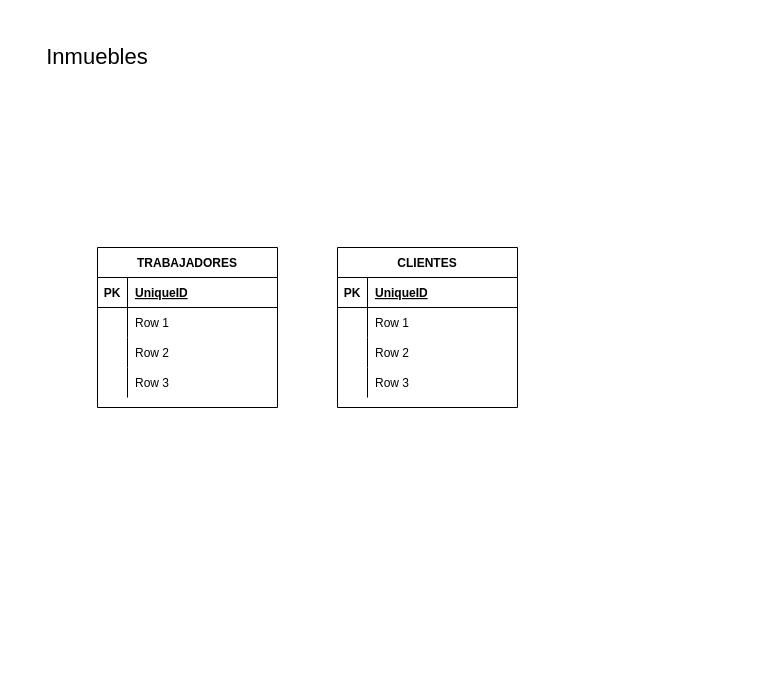
IzanDuesoLopez/TA12-Diagramas-ER keeps this draw.io diagram as page "Inmuebles" (15 of 15) of Ejercicio3.drawio.xml. Above is the earlier version. Source tidied: cells renumbered, new cells numbered last; positions are measured from the earlier drawing's top-left corner, leaving out a move shared by most shapes. Both pictures are drawn from the tidied source at 100%, with x=0, y=0 at pixel (17, 17).
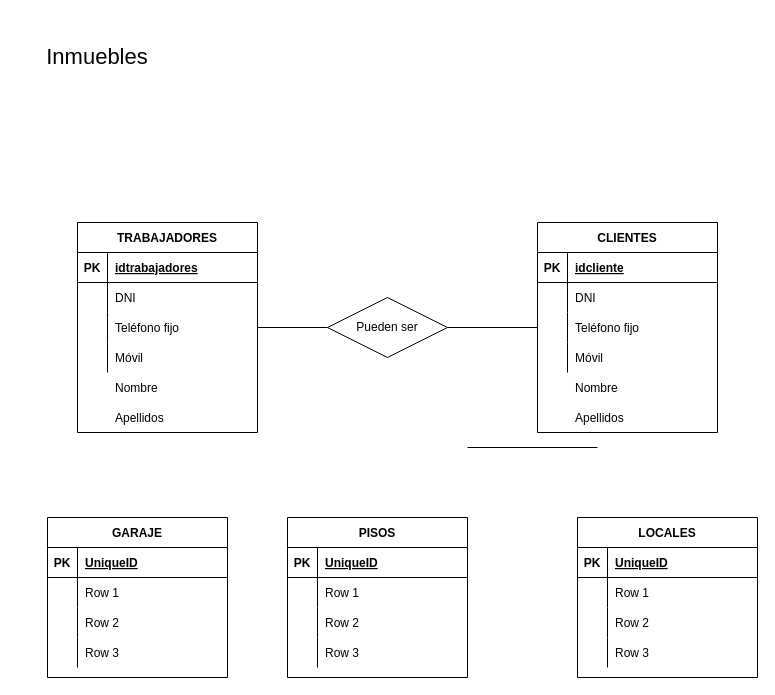
The same diagram, later.

Unchanged cells that the change refers to:
```xml
<mxCell id="17" style="shape=tableRow;horizontal=0;startSize=0;swimlaneHead=0;swimlaneBody=0;fillColor=none;top=0;left=0;right=0;bottom=1;" parent="16" vertex="1">
  <mxGeometry y="30" width="180" height="30" as="geometry" />
</mxCell>
<mxCell id="20" style="shape=tableRow;horizontal=0;startSize=0;swimlaneHead=0;swimlaneBody=0;fillColor=none;top=0;left=0;right=0;bottom=0;" parent="16" vertex="1">
  <mxGeometry y="60" width="180" height="30" as="geometry" />
</mxCell>
<mxCell id="23" style="shape=tableRow;horizontal=0;startSize=0;swimlaneHead=0;swimlaneBody=0;fillColor=none;points=[[0,0.5],[1,0.5]];portConstraint=eastwest;top=0;left=0;right=0;bottom=0;" parent="16" vertex="1">
  <mxGeometry y="90" width="180" height="30" as="geometry" />
</mxCell>
<mxCell id="26" style="shape=tableRow;horizontal=0;startSize=0;swimlaneHead=0;swimlaneBody=0;fillColor=none;top=0;left=0;right=0;bottom=0;" parent="16" vertex="1">
  <mxGeometry y="120" width="180" height="30" as="geometry" />
</mxCell>
```

Diff of the diagram source:
```diff
@@
-    <mxCell id="3" value="CLIENTES" style="shape=table;startSize=30;childLayout=tableLayout;rowLines=0;fontStyle=1;align=center;" parent="1" vertex="1">
-      <mxGeometry x="320" y="230" width="180" height="160" as="geometry" />
-    </mxCell>
-    <mxCell id="4" style="shape=tableRow;horizontal=0;startSize=0;swimlaneHead=0;swimlaneBody=0;fillColor=none;top=0;left=0;right=0;bottom=1;" parent="3" vertex="1">
-      <mxGeometry y="30" width="180" height="30" as="geometry" />
-    </mxCell>
-    <mxCell id="5" value="PK" style="shape=partialRectangle;fillColor=none;top=0;left=0;bottom=0;right=0;fontStyle=1;overflow=hidden;" parent="4" vertex="1">
-      <mxGeometry width="30" height="30" as="geometry" />
-    </mxCell>
-    <mxCell id="6" value="UniqueID" style="shape=partialRectangle;fillColor=none;top=0;left=0;bottom=0;right=0;align=left;spacingLeft=6;fontStyle=5;overflow=hidden;" parent="4" vertex="1">
-      <mxGeometry x="30" width="150" height="30" as="geometry" />
-    </mxCell>
-    <mxCell id="7" style="shape=tableRow;horizontal=0;startSize=0;swimlaneHead=0;swimlaneBody=0;fillColor=none;top=0;left=0;right=0;bottom=0;" parent="3" vertex="1">
-      <mxGeometry y="60" width="180" height="30" as="geometry" />
-    </mxCell>
-    <mxCell id="8" style="shape=partialRectangle;fillColor=none;top=0;left=0;bottom=0;right=0;overflow=hidden;" parent="7" vertex="1">
-      <mxGeometry width="30" height="30" as="geometry" />
-    </mxCell>
-    <mxCell id="9" value="Row 1" style="shape=partialRectangle;fillColor=none;top=0;left=0;bottom=0;right=0;align=left;spacingLeft=6;overflow=hidden;" parent="7" vertex="1">
-      <mxGeometry x="30" width="150" height="30" as="geometry" />
-    </mxCell>
-    <mxCell id="10" style="shape=tableRow;horizontal=0;startSize=0;swimlaneHead=0;swimlaneBody=0;fillColor=none;top=0;left=0;right=0;bottom=0;" parent="3" vertex="1">
-      <mxGeometry y="90" width="180" height="30" as="geometry" />
-    </mxCell>
-    <mxCell id="11" style="shape=partialRectangle;fillColor=none;top=0;left=0;bottom=0;right=0;overflow=hidden;" parent="10" vertex="1">
-      <mxGeometry width="30" height="30" as="geometry" />
-    </mxCell>
-    <mxCell id="12" value="Row 2" style="shape=partialRectangle;fillColor=none;top=0;left=0;bottom=0;right=0;align=left;spacingLeft=6;overflow=hidden;" parent="10" vertex="1">
-      <mxGeometry x="30" width="150" height="30" as="geometry" />
-    </mxCell>
-    <mxCell id="13" style="shape=tableRow;horizontal=0;startSize=0;swimlaneHead=0;swimlaneBody=0;fillColor=none;top=0;left=0;right=0;bottom=0;" parent="3" vertex="1">
-      <mxGeometry y="120" width="180" height="30" as="geometry" />
-    </mxCell>
-    <mxCell id="14" style="shape=partialRectangle;fillColor=none;top=0;left=0;bottom=0;right=0;overflow=hidden;" parent="13" vertex="1">
-      <mxGeometry width="30" height="30" as="geometry" />
-    </mxCell>
-    <mxCell id="15" value="Row 3" style="shape=partialRectangle;fillColor=none;top=0;left=0;bottom=0;right=0;align=left;spacingLeft=6;overflow=hidden;" parent="13" vertex="1">
-      <mxGeometry x="30" width="150" height="30" as="geometry" />
-    </mxCell>
     <mxCell id="16" value="TRABAJADORES" style="shape=table;startSize=30;childLayout=tableLayout;rowLines=0;fontStyle=1;align=center;" parent="1" vertex="1">
-      <mxGeometry x="80" y="230" width="180" height="160" as="geometry" />
+      <mxGeometry x="60" y="205" width="180" height="210" as="geometry" />
     </mxCell>
@@
-    <mxCell id="19" value="UniqueID" style="shape=partialRectangle;fillColor=none;top=0;left=0;bottom=0;right=0;align=left;spacingLeft=6;fontStyle=5;overflow=hidden;" parent="17" vertex="1">
+    <mxCell id="19" value="idtrabajadores" style="shape=partialRectangle;fillColor=none;top=0;left=0;bottom=0;right=0;align=left;spacingLeft=6;fontStyle=5;overflow=hidden;" parent="17" vertex="1">
       <mxGeometry x="30" width="150" height="30" as="geometry" />
     </mxCell>
@@
-    <mxCell id="22" value="Row 1" style="shape=partialRectangle;fillColor=none;top=0;left=0;bottom=0;right=0;align=left;spacingLeft=6;overflow=hidden;" parent="20" vertex="1">
+    <mxCell id="22" value="DNI" style="shape=partialRectangle;fillColor=none;top=0;left=0;bottom=0;right=0;align=left;spacingLeft=6;overflow=hidden;" parent="20" vertex="1">
       <mxGeometry x="30" width="150" height="30" as="geometry" />
     </mxCell>
@@
-    <mxCell id="25" value="Row 2" style="shape=partialRectangle;fillColor=none;top=0;left=0;bottom=0;right=0;align=left;spacingLeft=6;overflow=hidden;" parent="23" vertex="1">
+    <mxCell id="25" value="Teléfono fijo" style="shape=partialRectangle;fillColor=none;top=0;left=0;bottom=0;right=0;align=left;spacingLeft=6;overflow=hidden;" parent="23" vertex="1">
       <mxGeometry x="30" width="150" height="30" as="geometry" />
     </mxCell>
@@
-    <mxCell id="28" value="Row 3" style="shape=partialRectangle;fillColor=none;top=0;left=0;bottom=0;right=0;align=left;spacingLeft=6;overflow=hidden;" parent="26" vertex="1">
+    <mxCell id="28" value="Móvil" style="shape=partialRectangle;fillColor=none;top=0;left=0;bottom=0;right=0;align=left;spacingLeft=6;overflow=hidden;" parent="26" vertex="1">
       <mxGeometry x="30" width="150" height="30" as="geometry" />
     </mxCell>
+    <mxCell id="29" style="shape=tableRow;horizontal=0;startSize=0;swimlaneHead=0;swimlaneBody=0;fillColor=none;top=0;left=0;right=0;bottom=0;" parent="1" vertex="1">
+      <mxGeometry x="60" y="355" width="180" height="30" as="geometry" />
+    </mxCell>
+    <mxCell id="30" style="shape=partialRectangle;fillColor=none;top=0;left=0;bottom=0;right=0;overflow=hidden;" parent="29" vertex="1">
+      <mxGeometry width="30" height="30" as="geometry" />
+    </mxCell>
+    <mxCell id="31" value="Nombre " style="shape=partialRectangle;fillColor=none;top=0;left=0;bottom=0;right=0;align=left;spacingLeft=6;overflow=hidden;" parent="29" vertex="1">
+      <mxGeometry x="30" width="150" height="30" as="geometry" />
+    </mxCell>
+    <mxCell id="32" value="Apellidos" style="shape=partialRectangle;fillColor=none;top=0;left=0;bottom=0;right=0;align=left;spacingLeft=6;overflow=hidden;" parent="1" vertex="1">
+      <mxGeometry x="90" y="385" width="150" height="30" as="geometry" />
+    </mxCell>
+    <mxCell id="3" value="CLIENTES" style="shape=table;startSize=30;childLayout=tableLayout;rowLines=0;fontStyle=1;align=center;" parent="1" vertex="1">
+      <mxGeometry x="520" y="205" width="180" height="210" as="geometry" />
+    </mxCell>
+    <mxCell id="33" style="shape=tableRow;horizontal=0;startSize=0;swimlaneHead=0;swimlaneBody=0;fillColor=none;top=0;left=0;right=0;bottom=1;" parent="3" vertex="1">
+      <mxGeometry y="30" width="180" height="30" as="geometry" />
+    </mxCell>
+    <mxCell id="34" value="PK" style="shape=partialRectangle;fillColor=none;top=0;left=0;bottom=0;right=0;fontStyle=1;overflow=hidden;" parent="33" vertex="1">
+      <mxGeometry width="30" height="30" as="geometry" />
+    </mxCell>
+    <mxCell id="35" value="idcliente" style="shape=partialRectangle;fillColor=none;top=0;left=0;bottom=0;right=0;align=left;spacingLeft=6;fontStyle=5;overflow=hidden;" parent="33" vertex="1">
+      <mxGeometry x="30" width="150" height="30" as="geometry" />
+    </mxCell>
+    <mxCell id="36" style="shape=tableRow;horizontal=0;startSize=0;swimlaneHead=0;swimlaneBody=0;fillColor=none;top=0;left=0;right=0;bottom=0;" parent="3" vertex="1">
+      <mxGeometry y="60" width="180" height="30" as="geometry" />
+    </mxCell>
+    <mxCell id="37" style="shape=partialRectangle;fillColor=none;top=0;left=0;bottom=0;right=0;overflow=hidden;" parent="36" vertex="1">
+      <mxGeometry width="30" height="30" as="geometry" />
+    </mxCell>
+    <mxCell id="38" value="DNI" style="shape=partialRectangle;fillColor=none;top=0;left=0;bottom=0;right=0;align=left;spacingLeft=6;overflow=hidden;" parent="36" vertex="1">
+      <mxGeometry x="30" width="150" height="30" as="geometry" />
+    </mxCell>
+    <mxCell id="39" style="shape=tableRow;horizontal=0;startSize=0;swimlaneHead=0;swimlaneBody=0;fillColor=none;points=[[0,0.5],[1,0.5]];portConstraint=eastwest;top=0;left=0;right=0;bottom=0;" parent="3" vertex="1">
+      <mxGeometry y="90" width="180" height="30" as="geometry" />
+    </mxCell>
+    <mxCell id="40" style="shape=partialRectangle;fillColor=none;top=0;left=0;bottom=0;right=0;overflow=hidden;" parent="39" vertex="1">
+      <mxGeometry width="30" height="30" as="geometry" />
+    </mxCell>
+    <mxCell id="41" value="Teléfono fijo" style="shape=partialRectangle;fillColor=none;top=0;left=0;bottom=0;right=0;align=left;spacingLeft=6;overflow=hidden;" parent="39" vertex="1">
+      <mxGeometry x="30" width="150" height="30" as="geometry" />
+    </mxCell>
+    <mxCell id="42" style="shape=tableRow;horizontal=0;startSize=0;swimlaneHead=0;swimlaneBody=0;fillColor=none;top=0;left=0;right=0;bottom=0;" parent="3" vertex="1">
+      <mxGeometry y="120" width="180" height="30" as="geometry" />
+    </mxCell>
+    <mxCell id="43" style="shape=partialRectangle;fillColor=none;top=0;left=0;bottom=0;right=0;overflow=hidden;" parent="42" vertex="1">
+      <mxGeometry width="30" height="30" as="geometry" />
+    </mxCell>
+    <mxCell id="44" value="Móvil" style="shape=partialRectangle;fillColor=none;top=0;left=0;bottom=0;right=0;align=left;spacingLeft=6;overflow=hidden;" parent="42" vertex="1">
+      <mxGeometry x="30" width="150" height="30" as="geometry" />
+    </mxCell>
+    <mxCell id="45" value="Nombre " style="shape=partialRectangle;fillColor=none;top=0;left=0;bottom=0;right=0;align=left;spacingLeft=6;overflow=hidden;" parent="1" vertex="1">
+      <mxGeometry x="550" y="355" width="150" height="30" as="geometry" />
+    </mxCell>
+    <mxCell id="46" value="Apellidos" style="shape=partialRectangle;fillColor=none;top=0;left=0;bottom=0;right=0;align=left;spacingLeft=6;overflow=hidden;" parent="1" vertex="1">
+      <mxGeometry x="550" y="385" width="150" height="30" as="geometry" />
+    </mxCell>
+    <mxCell id="47" value="Pueden ser" style="shape=rhombus;perimeter=rhombusPerimeter;whiteSpace=wrap;html=1;align=center;" parent="1" vertex="1">
+      <mxGeometry x="310" y="280" width="120" height="60" as="geometry" />
+    </mxCell>
+    <mxCell id="48" style="endArrow=none;html=1;rounded=0;entryX=0;entryY=0.5;entryDx=0;entryDy=0;exitX=1;exitY=0.5;exitDx=0;exitDy=0;" parent="1" edge="1" source="47" target="39">
+      <mxGeometry relative="1" as="geometry" />
+    </mxCell>
+    <mxCell id="49" style="endArrow=none;html=1;rounded=0;exitX=1;exitY=0.5;exitDx=0;exitDy=0;" parent="1" edge="1" source="23">
+      <mxGeometry relative="1" as="geometry">
+        <mxPoint x="310" y="310" as="targetPoint" />
+      </mxGeometry>
+    </mxCell>
+    <mxCell id="50" value="PISOS" style="shape=table;startSize=30;childLayout=tableLayout;rowLines=0;fontStyle=1;align=center;" parent="1" vertex="1">
+      <mxGeometry x="270" y="500" width="180" height="160" as="geometry" />
+    </mxCell>
+    <mxCell id="51" style="shape=tableRow;horizontal=0;startSize=0;swimlaneHead=0;swimlaneBody=0;fillColor=none;top=0;left=0;right=0;bottom=1;" parent="50" vertex="1">
+      <mxGeometry y="30" width="180" height="30" as="geometry" />
+    </mxCell>
+    <mxCell id="52" value="PK" style="shape=partialRectangle;fillColor=none;top=0;left=0;bottom=0;right=0;fontStyle=1;overflow=hidden;" parent="51" vertex="1">
+      <mxGeometry width="30" height="30" as="geometry" />
+    </mxCell>
+    <mxCell id="53" value="UniqueID" style="shape=partialRectangle;fillColor=none;top=0;left=0;bottom=0;right=0;align=left;spacingLeft=6;fontStyle=5;overflow=hidden;" parent="51" vertex="1">
+      <mxGeometry x="30" width="150" height="30" as="geometry" />
+    </mxCell>
+    <mxCell id="54" style="shape=tableRow;horizontal=0;startSize=0;swimlaneHead=0;swimlaneBody=0;fillColor=none;top=0;left=0;right=0;bottom=0;" parent="50" vertex="1">
+      <mxGeometry y="60" width="180" height="30" as="geometry" />
+    </mxCell>
+    <mxCell id="55" style="shape=partialRectangle;fillColor=none;top=0;left=0;bottom=0;right=0;overflow=hidden;" parent="54" vertex="1">
+      <mxGeometry width="30" height="30" as="geometry" />
+    </mxCell>
+    <mxCell id="56" value="Row 1" style="shape=partialRectangle;fillColor=none;top=0;left=0;bottom=0;right=0;align=left;spacingLeft=6;overflow=hidden;" parent="54" vertex="1">
+      <mxGeometry x="30" width="150" height="30" as="geometry" />
+    </mxCell>
+    <mxCell id="57" style="shape=tableRow;horizontal=0;startSize=0;swimlaneHead=0;swimlaneBody=0;fillColor=none;top=0;left=0;right=0;bottom=0;" parent="50" vertex="1">
+      <mxGeometry y="90" width="180" height="30" as="geometry" />
+    </mxCell>
+    <mxCell id="58" style="shape=partialRectangle;fillColor=none;top=0;left=0;bottom=0;right=0;overflow=hidden;" parent="57" vertex="1">
+      <mxGeometry width="30" height="30" as="geometry" />
+    </mxCell>
+    <mxCell id="59" value="Row 2" style="shape=partialRectangle;fillColor=none;top=0;left=0;bottom=0;right=0;align=left;spacingLeft=6;overflow=hidden;" parent="57" vertex="1">
+      <mxGeometry x="30" width="150" height="30" as="geometry" />
+    </mxCell>
+    <mxCell id="60" style="shape=tableRow;horizontal=0;startSize=0;swimlaneHead=0;swimlaneBody=0;fillColor=none;top=0;left=0;right=0;bottom=0;" parent="50" vertex="1">
+      <mxGeometry y="120" width="180" height="30" as="geometry" />
+    </mxCell>
+    <mxCell id="61" style="shape=partialRectangle;fillColor=none;top=0;left=0;bottom=0;right=0;overflow=hidden;" parent="60" vertex="1">
+      <mxGeometry width="30" height="30" as="geometry" />
+    </mxCell>
+    <mxCell id="62" value="Row 3" style="shape=partialRectangle;fillColor=none;top=0;left=0;bottom=0;right=0;align=left;spacingLeft=6;overflow=hidden;" parent="60" vertex="1">
+      <mxGeometry x="30" width="150" height="30" as="geometry" />
+    </mxCell>
+    <mxCell id="63" value="LOCALES" style="shape=table;startSize=30;childLayout=tableLayout;rowLines=0;fontStyle=1;align=center;" parent="1" vertex="1">
+      <mxGeometry x="560" y="500" width="180" height="160" as="geometry" />
+    </mxCell>
+    <mxCell id="64" style="shape=tableRow;horizontal=0;startSize=0;swimlaneHead=0;swimlaneBody=0;fillColor=none;top=0;left=0;right=0;bottom=1;" parent="63" vertex="1">
+      <mxGeometry y="30" width="180" height="30" as="geometry" />
+    </mxCell>
+    <mxCell id="65" value="PK" style="shape=partialRectangle;fillColor=none;top=0;left=0;bottom=0;right=0;fontStyle=1;overflow=hidden;" parent="64" vertex="1">
+      <mxGeometry width="30" height="30" as="geometry" />
+    </mxCell>
+    <mxCell id="66" value="UniqueID" style="shape=partialRectangle;fillColor=none;top=0;left=0;bottom=0;right=0;align=left;spacingLeft=6;fontStyle=5;overflow=hidden;" parent="64" vertex="1">
+      <mxGeometry x="30" width="150" height="30" as="geometry" />
+    </mxCell>
+    <mxCell id="67" style="shape=tableRow;horizontal=0;startSize=0;swimlaneHead=0;swimlaneBody=0;fillColor=none;top=0;left=0;right=0;bottom=0;" parent="63" vertex="1">
+      <mxGeometry y="60" width="180" height="30" as="geometry" />
+    </mxCell>
+    <mxCell id="68" style="shape=partialRectangle;fillColor=none;top=0;left=0;bottom=0;right=0;overflow=hidden;" parent="67" vertex="1">
+      <mxGeometry width="30" height="30" as="geometry" />
+    </mxCell>
+    <mxCell id="69" value="Row 1" style="shape=partialRectangle;fillColor=none;top=0;left=0;bottom=0;right=0;align=left;spacingLeft=6;overflow=hidden;" parent="67" vertex="1">
+      <mxGeometry x="30" width="150" height="30" as="geometry" />
+    </mxCell>
+    <mxCell id="70" style="shape=tableRow;horizontal=0;startSize=0;swimlaneHead=0;swimlaneBody=0;fillColor=none;top=0;left=0;right=0;bottom=0;" parent="63" vertex="1">
+      <mxGeometry y="90" width="180" height="30" as="geometry" />
+    </mxCell>
+    <mxCell id="71" style="shape=partialRectangle;fillColor=none;top=0;left=0;bottom=0;right=0;overflow=hidden;" parent="70" vertex="1">
+      <mxGeometry width="30" height="30" as="geometry" />
+    </mxCell>
+    <mxCell id="72" value="Row 2" style="shape=partialRectangle;fillColor=none;top=0;left=0;bottom=0;right=0;align=left;spacingLeft=6;overflow=hidden;" parent="70" vertex="1">
+      <mxGeometry x="30" width="150" height="30" as="geometry" />
+    </mxCell>
+    <mxCell id="73" style="shape=tableRow;horizontal=0;startSize=0;swimlaneHead=0;swimlaneBody=0;fillColor=none;top=0;left=0;right=0;bottom=0;" parent="63" vertex="1">
+      <mxGeometry y="120" width="180" height="30" as="geometry" />
+    </mxCell>
+    <mxCell id="74" style="shape=partialRectangle;fillColor=none;top=0;left=0;bottom=0;right=0;overflow=hidden;" parent="73" vertex="1">
+      <mxGeometry width="30" height="30" as="geometry" />
+    </mxCell>
+    <mxCell id="75" value="Row 3" style="shape=partialRectangle;fillColor=none;top=0;left=0;bottom=0;right=0;align=left;spacingLeft=6;overflow=hidden;" parent="73" vertex="1">
+      <mxGeometry x="30" width="150" height="30" as="geometry" />
+    </mxCell>
+    <mxCell id="76" value="GARAJE" style="shape=table;startSize=30;childLayout=tableLayout;rowLines=0;fontStyle=1;align=center;" parent="1" vertex="1">
+      <mxGeometry x="30" y="500" width="180" height="160" as="geometry" />
+    </mxCell>
+    <mxCell id="77" style="shape=tableRow;horizontal=0;startSize=0;swimlaneHead=0;swimlaneBody=0;fillColor=none;top=0;left=0;right=0;bottom=1;" parent="76" vertex="1">
+      <mxGeometry y="30" width="180" height="30" as="geometry" />
+    </mxCell>
+    <mxCell id="78" value="PK" style="shape=partialRectangle;fillColor=none;top=0;left=0;bottom=0;right=0;fontStyle=1;overflow=hidden;" parent="77" vertex="1">
+      <mxGeometry width="30" height="30" as="geometry" />
+    </mxCell>
+    <mxCell id="79" value="UniqueID" style="shape=partialRectangle;fillColor=none;top=0;left=0;bottom=0;right=0;align=left;spacingLeft=6;fontStyle=5;overflow=hidden;" parent="77" vertex="1">
+      <mxGeometry x="30" width="150" height="30" as="geometry" />
+    </mxCell>
+    <mxCell id="80" style="shape=tableRow;horizontal=0;startSize=0;swimlaneHead=0;swimlaneBody=0;fillColor=none;top=0;left=0;right=0;bottom=0;" parent="76" vertex="1">
+      <mxGeometry y="60" width="180" height="30" as="geometry" />
+    </mxCell>
+    <mxCell id="81" style="shape=partialRectangle;fillColor=none;top=0;left=0;bottom=0;right=0;overflow=hidden;" parent="80" vertex="1">
+      <mxGeometry width="30" height="30" as="geometry" />
+    </mxCell>
+    <mxCell id="82" value="Row 1" style="shape=partialRectangle;fillColor=none;top=0;left=0;bottom=0;right=0;align=left;spacingLeft=6;overflow=hidden;" parent="80" vertex="1">
+      <mxGeometry x="30" width="150" height="30" as="geometry" />
+    </mxCell>
+    <mxCell id="83" style="shape=tableRow;horizontal=0;startSize=0;swimlaneHead=0;swimlaneBody=0;fillColor=none;top=0;left=0;right=0;bottom=0;" parent="76" vertex="1">
+      <mxGeometry y="90" width="180" height="30" as="geometry" />
+    </mxCell>
+    <mxCell id="84" style="shape=partialRectangle;fillColor=none;top=0;left=0;bottom=0;right=0;overflow=hidden;" parent="83" vertex="1">
+      <mxGeometry width="30" height="30" as="geometry" />
+    </mxCell>
+    <mxCell id="85" value="Row 2" style="shape=partialRectangle;fillColor=none;top=0;left=0;bottom=0;right=0;align=left;spacingLeft=6;overflow=hidden;" parent="83" vertex="1">
+      <mxGeometry x="30" width="150" height="30" as="geometry" />
+    </mxCell>
+    <mxCell id="86" style="shape=tableRow;horizontal=0;startSize=0;swimlaneHead=0;swimlaneBody=0;fillColor=none;top=0;left=0;right=0;bottom=0;" parent="76" vertex="1">
+      <mxGeometry y="120" width="180" height="30" as="geometry" />
+    </mxCell>
+    <mxCell id="87" style="shape=partialRectangle;fillColor=none;top=0;left=0;bottom=0;right=0;overflow=hidden;" parent="86" vertex="1">
+      <mxGeometry width="30" height="30" as="geometry" />
+    </mxCell>
+    <mxCell id="88" value="Row 3" style="shape=partialRectangle;fillColor=none;top=0;left=0;bottom=0;right=0;align=left;spacingLeft=6;overflow=hidden;" parent="86" vertex="1">
+      <mxGeometry x="30" width="150" height="30" as="geometry" />
+    </mxCell>
+    <mxCell id="89" style="endArrow=none;html=1;rounded=0;" parent="1" edge="1">
+      <mxGeometry relative="1" as="geometry">
+        <mxPoint x="450" y="430" as="sourcePoint" />
+        <mxPoint x="580" y="430" as="targetPoint" />
+      </mxGeometry>
+    </mxCell>
```
